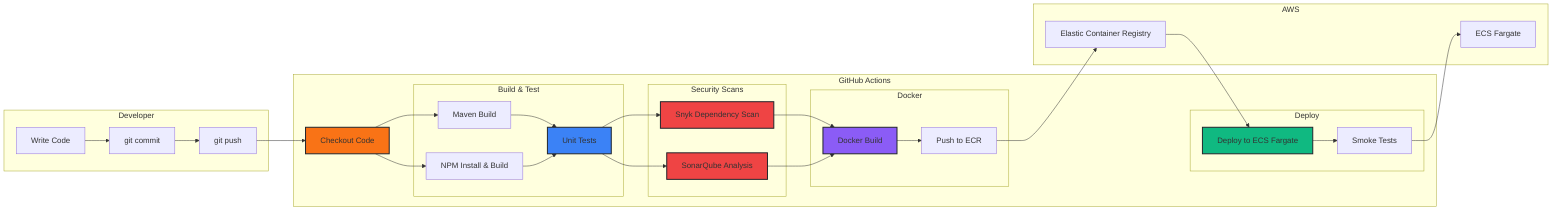
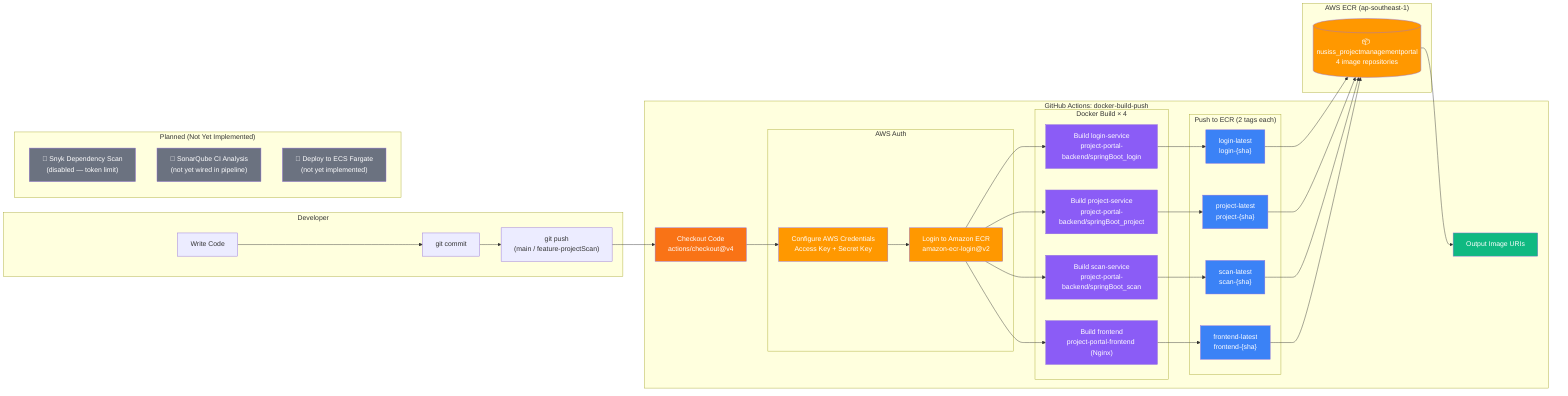
flowchart LR
    subgraph "Developer"
        Code[Write Code]
        Commit[git commit]
-         Push[git push]
+         Push["git push
+ (main / feature-projectScan)"]
    end

-     subgraph "GitHub Actions"
-         Checkout[Checkout Code]
+     subgraph "GitHub Actions: docker-build-push"

-         subgraph "Build & Test"
-             Maven[Maven Build]
-             NPM[NPM Install & Build]
-             UnitTest[Unit Tests]
+         Checkout[Checkout Code\nactions/checkout@v4]
+ 
+         subgraph "AWS Auth"
+             AWSCreds[Configure AWS Credentials\nAccess Key + Secret Key]
+             ECRLogin[Login to Amazon ECR\namazon-ecr-login@v2]
        end

-         subgraph "Security Scans"
-             Snyk[Snyk Dependency Scan]
-             Sonar[SonarQube Analysis]
+         subgraph "Docker Build × 4"
+             B1["Build login-service
+ project-portal-backend/springBoot_login"]
+             B2["Build project-service
+ project-portal-backend/springBoot_project"]
+             B3["Build scan-service
+ project-portal-backend/springBoot_scan"]
+             B4["Build frontend
+ project-portal-frontend (Nginx)"]
        end

-         subgraph "Docker"
-             BuildDocker[Docker Build]
-             PushECR[Push to ECR]
+         subgraph "Push to ECR (2 tags each)"
+             T1["login-latest
+ login-{sha}"]
+             T2["project-latest
+ project-{sha}"]
+             T3["scan-latest
+ scan-{sha}"]
+             T4["frontend-latest
+ frontend-{sha}"]
        end

-         subgraph "Deploy"
-             DeployECS[Deploy to ECS Fargate]
-             SmokeTest[Smoke Tests]
-         end
+         Output[Output Image URIs]
    end

-     subgraph "AWS"
-         ECR[Elastic Container Registry]
-         ECS[ECS Fargate]
+     subgraph "AWS ECR (ap-southeast-1)"
+         ECR[("📦 nusiss_projectmanagementportal
+ 4 image repositories")]
+     end
+ 
+     subgraph "Planned (Not Yet Implemented)"
+         Snyk["🚫 Snyk Dependency Scan
+ (disabled — token limit)"]
+         SonarCI["🚫 SonarQube CI Analysis
+ (not yet wired in pipeline)"]
+         ECS["🚫 Deploy to ECS Fargate
+ (not yet implemented)"]
    end

    Code --> Commit --> Push --> Checkout
-     Checkout --> Maven
-     Checkout --> NPM
-     Maven --> UnitTest
-     NPM --> UnitTest
-     UnitTest --> Snyk
-     UnitTest --> Sonar
-     Snyk --> BuildDocker
-     Sonar --> BuildDocker
-     BuildDocker --> PushECR
-     PushECR --> ECR
-     ECR --> DeployECS
-     DeployECS --> SmokeTest
-     SmokeTest --> ECS
+     Checkout --> AWSCreds --> ECRLogin
+     ECRLogin --> B1 & B2 & B3 & B4
+     B1 --> T1 --> ECR
+     B2 --> T2 --> ECR
+     B3 --> T3 --> ECR
+     B4 --> T4 --> ECR
+     ECR --> Output

-     style Checkout fill:#f97316,stroke:#20232a,stroke-width:2px
-     style UnitTest fill:#3b82f6,stroke:#20232a,stroke-width:2px
-     style Snyk fill:#ef4444,stroke:#20232a,stroke-width:2px
-     style Sonar fill:#ef4444,stroke:#20232a,stroke-width:2px
-     style BuildDocker fill:#8b5cf6,stroke:#20232a,stroke-width:2px
-     style DeployECS fill:#10b981,stroke:#20232a,stroke-width:2px+     %% Styling
+     style Checkout fill:#f97316,color:#fff
+     style AWSCreds fill:#FF9800,color:#fff
+     style ECRLogin fill:#FF9800,color:#fff
+     style B1 fill:#8b5cf6,color:#fff
+     style B2 fill:#8b5cf6,color:#fff
+     style B3 fill:#8b5cf6,color:#fff
+     style B4 fill:#8b5cf6,color:#fff
+     style T1 fill:#3b82f6,color:#fff
+     style T2 fill:#3b82f6,color:#fff
+     style T3 fill:#3b82f6,color:#fff
+     style T4 fill:#3b82f6,color:#fff
+     style ECR fill:#FF9800,color:#fff
+     style Output fill:#10b981,color:#fff
+     style Snyk fill:#6b7280,color:#fff
+     style SonarCI fill:#6b7280,color:#fff
+     style ECS fill:#6b7280,color:#fff
